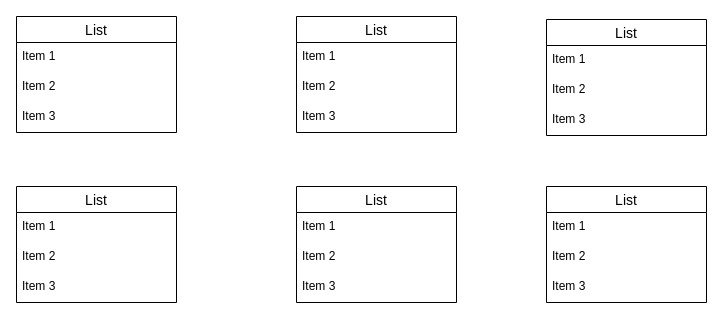
This is page "Page-2" (2 of 2) of Untitled Diagram.drawio from rahulb275/rahulb275, a draw.io file, before an edit. Source tidied: cells renumbered, new cells numbered last; positions are measured from the earlier drawing's top-left corner, leaving out a move shared by most shapes. Both pictures are drawn from the tidied source at 100%, with x=0, y=0 at pixel (16, 16).
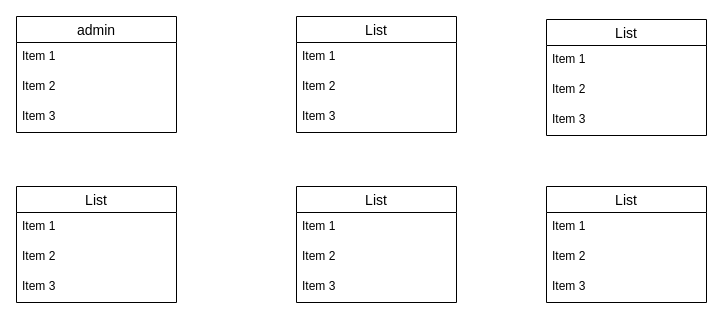
The same page after the edit.

Commit message:
dbms schema

Diff of the diagram source:
```diff
@@
-    <mxCell id="2" value="List" style="swimlane;fontStyle=0;horizontal=1;startSize=26;align=center;fontSize=14;" parent="1" vertex="1">
+    <mxCell id="2" value="admin" style="swimlane;fontStyle=0;horizontal=1;startSize=26;align=center;fontSize=14;" parent="1" vertex="1">
       <mxGeometry width="160" height="116" as="geometry" />
     </mxCell>
```
